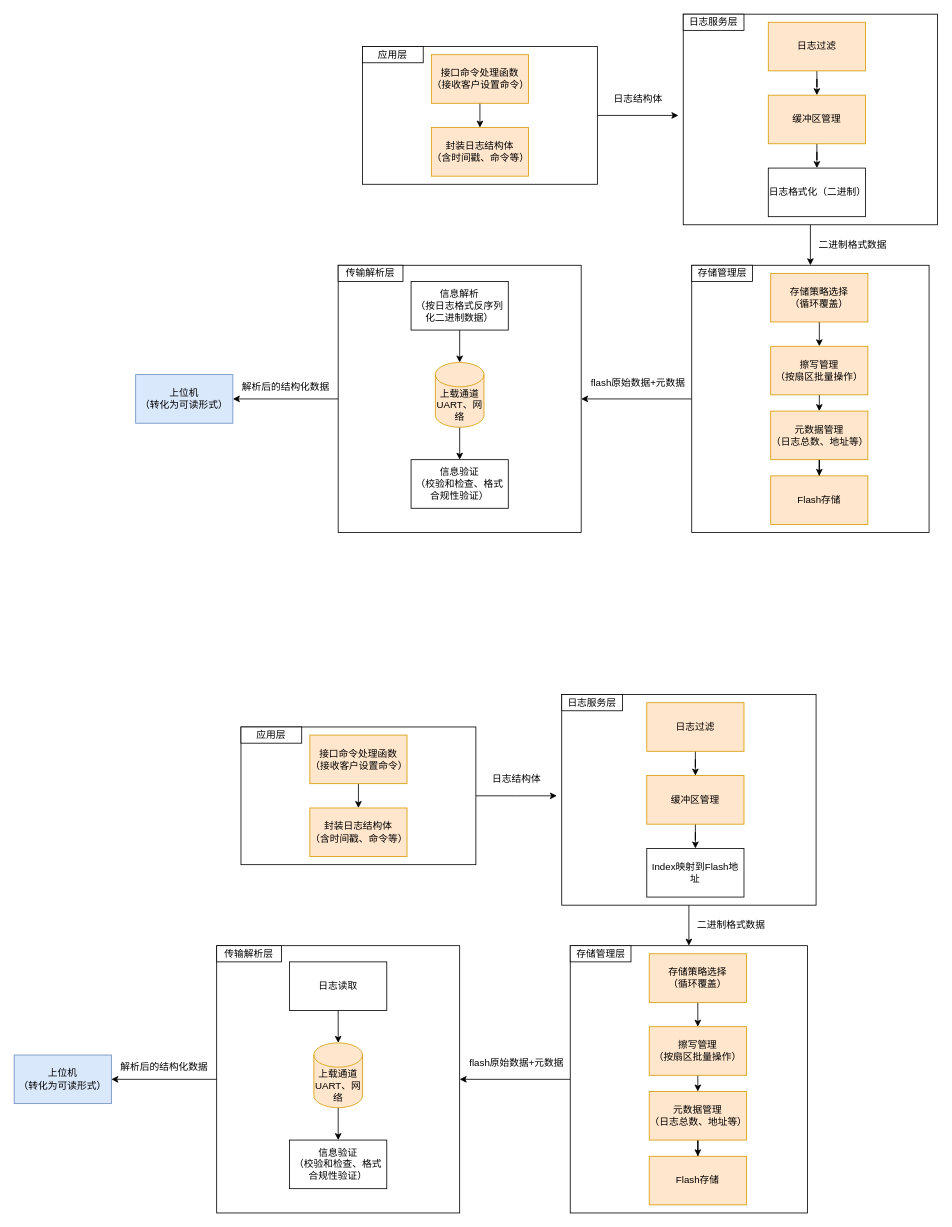
This is page "第 6 页" (6 of 12) of 未命名绘图1.drawio from WHUT-LHT/hello-world, a draw.io file, before an edit. Source tidied: cells renumbered, new cells numbered last; positions are measured from the earlier drawing's top-left corner, leaving out a move shared by most shapes. Both pictures are drawn from the tidied source at 81%, with x=0, y=0 at pixel (14, 14).
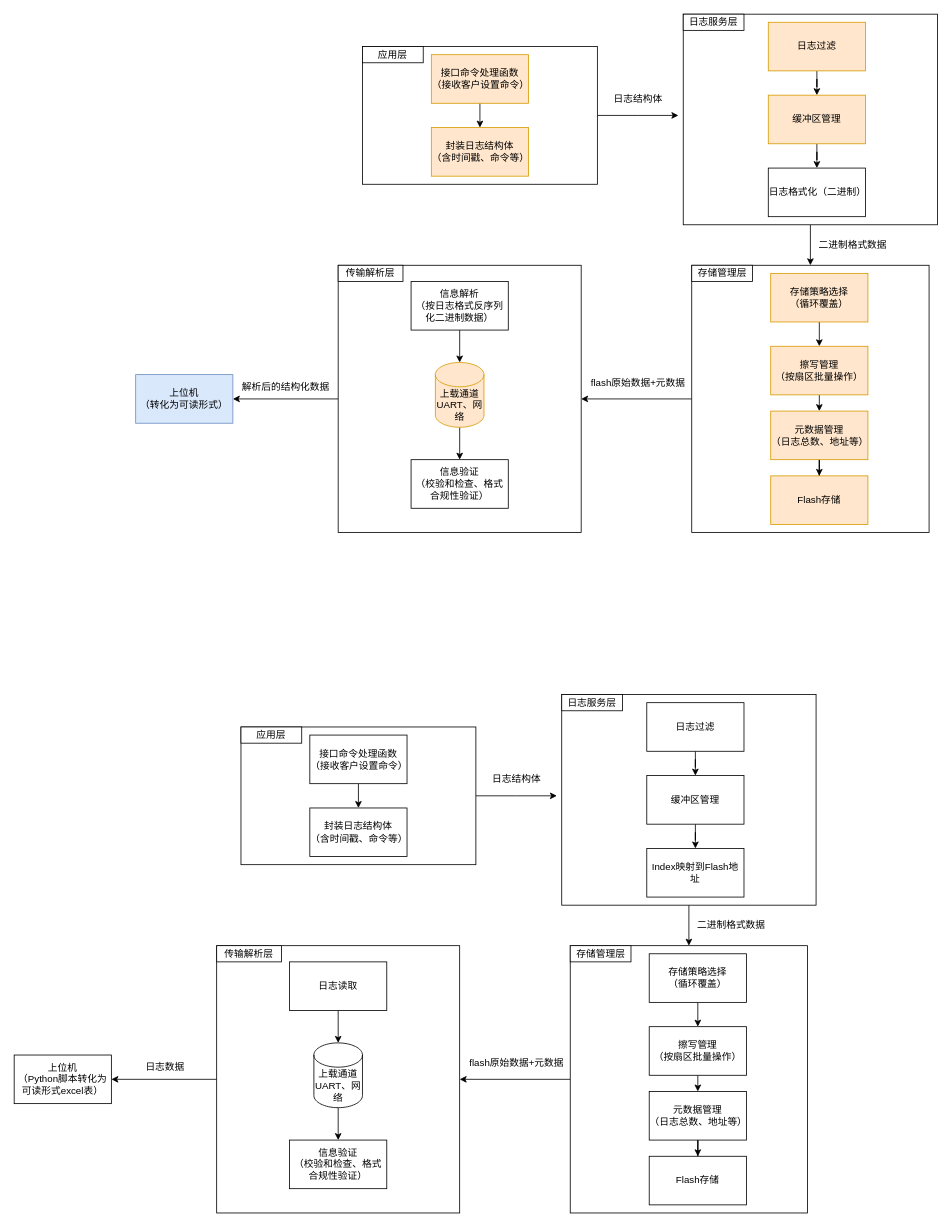
The same diagram, later.

Change to the diagram source:
```diff
@@
-    <mxCell id="46" value="接口命令处理函数&lt;div&gt;（接收客户设置命令）&lt;/div&gt;" style="rounded=0;whiteSpace=wrap;html=1;fillColor=#ffe6cc;strokeColor=#d79b00;" parent="1" vertex="1">
+    <mxCell id="46" value="接口命令处理函数&lt;div&gt;（接收客户设置命令）&lt;/div&gt;" style="rounded=0;whiteSpace=wrap;html=1;" parent="1" vertex="1">
       <mxGeometry x="365" y="890" width="120" height="60" as="geometry" />
     </mxCell>
-    <mxCell id="47" value="封装日志结构体&lt;div&gt;（含时间戳、命令等）&lt;/div&gt;" style="rounded=0;whiteSpace=wrap;html=1;fillColor=#ffe6cc;strokeColor=#d79b00;" parent="1" vertex="1">
+    <mxCell id="47" value="封装日志结构体&lt;div&gt;（含时间戳、命令等）&lt;/div&gt;" style="rounded=0;whiteSpace=wrap;html=1;" parent="1" vertex="1">
       <mxGeometry x="365" y="980" width="120" height="60" as="geometry" />
     </mxCell>
@@
-    <mxCell id="49" value="日志过滤" style="rounded=0;whiteSpace=wrap;html=1;fillColor=#ffe6cc;strokeColor=#d79b00;" parent="1" vertex="1">
+    <mxCell id="49" value="日志过滤" style="rounded=0;whiteSpace=wrap;html=1;" parent="1" vertex="1">
       <mxGeometry x="781" y="850" width="120" height="60" as="geometry" />
     </mxCell>
@@
-    <mxCell id="51" value="缓冲区管理" style="rounded=0;whiteSpace=wrap;html=1;fillColor=#ffe6cc;strokeColor=#d79b00;" parent="1" vertex="1">
+    <mxCell id="51" value="缓冲区管理" style="rounded=0;whiteSpace=wrap;html=1;" parent="1" vertex="1">
       <mxGeometry x="781" y="940" width="120" height="60" as="geometry" />
     </mxCell>
@@
-    <mxCell id="58" value="存储策略选择&lt;div&gt;（循环覆盖）&lt;/div&gt;" style="rounded=0;whiteSpace=wrap;html=1;fillColor=#ffe6cc;strokeColor=#d79b00;" parent="1" vertex="1">
+    <mxCell id="58" value="存储策略选择&lt;div&gt;（循环覆盖）&lt;/div&gt;" style="rounded=0;whiteSpace=wrap;html=1;" parent="1" vertex="1">
       <mxGeometry x="784" y="1160" width="120" height="60" as="geometry" />
     </mxCell>
@@
-    <mxCell id="60" value="擦写管理&lt;div&gt;（按扇区批量操作）&lt;/div&gt;" style="rounded=0;whiteSpace=wrap;html=1;fillColor=#ffe6cc;strokeColor=#d79b00;" parent="1" vertex="1">
+    <mxCell id="60" value="擦写管理&lt;div&gt;（按扇区批量操作）&lt;/div&gt;" style="rounded=0;whiteSpace=wrap;html=1;" parent="1" vertex="1">
       <mxGeometry x="784" y="1250" width="120" height="60" as="geometry" />
     </mxCell>
@@
-    <mxCell id="62" value="元数据管理&lt;div&gt;（日志总数、地址等）&lt;/div&gt;" style="rounded=0;whiteSpace=wrap;html=1;fillColor=#ffe6cc;strokeColor=#d79b00;" parent="1" vertex="1">
+    <mxCell id="62" value="元数据管理&lt;div&gt;（日志总数、地址等）&lt;/div&gt;" style="rounded=0;whiteSpace=wrap;html=1;" parent="1" vertex="1">
       <mxGeometry x="784" y="1330" width="120" height="60" as="geometry" />
     </mxCell>
-    <mxCell id="63" value="Flash存储" style="rounded=0;whiteSpace=wrap;html=1;fillColor=#ffe6cc;strokeColor=#d79b00;" parent="1" vertex="1">
+    <mxCell id="63" value="Flash存储" style="rounded=0;whiteSpace=wrap;html=1;" parent="1" vertex="1">
       <mxGeometry x="784" y="1410" width="120" height="60" as="geometry" />
     </mxCell>
@@
-    <mxCell id="71" value="上载通道UART、网络" style="shape=cylinder3;whiteSpace=wrap;html=1;boundedLbl=1;backgroundOutline=1;size=15;fillColor=#ffe6cc;strokeColor=#d79b00;" parent="1" vertex="1">
+    <mxCell id="71" value="上载通道UART、网络" style="shape=cylinder3;whiteSpace=wrap;html=1;boundedLbl=1;backgroundOutline=1;size=15;" parent="1" vertex="1">
       <mxGeometry x="370" y="1270" width="60" height="80" as="geometry" />
     </mxCell>
@@
-    <mxCell id="76" value="解析后的结构化数据" style="text;html=1;align=center;verticalAlign=middle;strokeColor=none;fillColor=none;" parent="1" vertex="1">
-      <mxGeometry x="120" y="1285" width="130" height="30" as="geometry" />
+    <mxCell id="76" value="日志数据" style="text;html=1;align=center;verticalAlign=middle;strokeColor=none;fillColor=none;" parent="1" vertex="1">
+      <mxGeometry x="151" y="1285" width="70" height="30" as="geometry" />
     </mxCell>
-    <mxCell id="77" value="上位机&lt;div&gt;（转化为可读形式）&lt;/div&gt;" style="rounded=0;whiteSpace=wrap;html=1;fillColor=#dae8fc;strokeColor=#6c8ebf;" parent="1" vertex="1">
+    <mxCell id="77" value="上位机&lt;div&gt;（Python脚本转化为可读形式excel表）&lt;/div&gt;" style="rounded=0;whiteSpace=wrap;html=1;" parent="1" vertex="1">
       <mxGeometry y="1285" width="120" height="60" as="geometry" />
     </mxCell>
```
